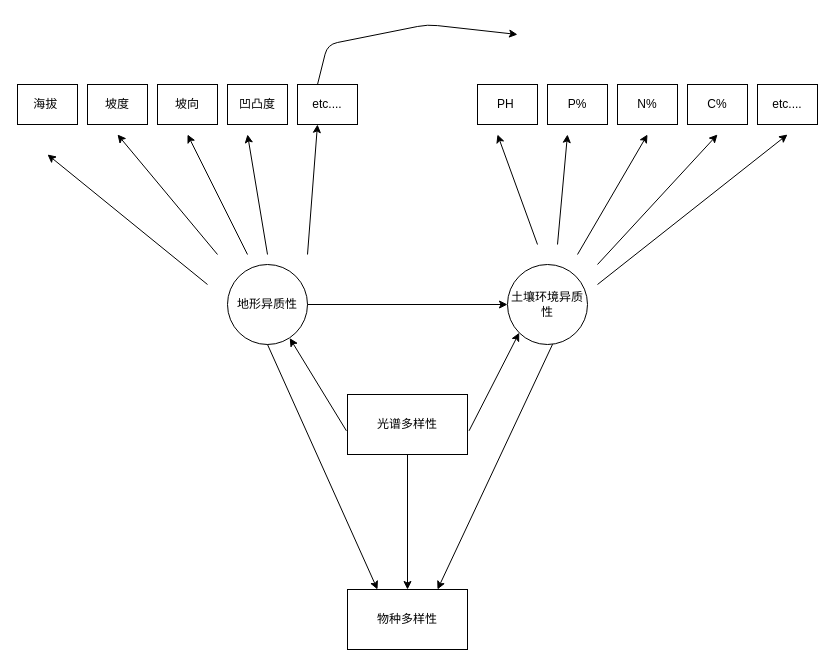
The draw.io diagram SEM_firstly.drawio in sy5938/diagrams_save, before the edit. Source tidied: cells renumbered, new cells numbered last; positions are measured from the earlier drawing's top-left corner, leaving out a move shared by most shapes. Both pictures are drawn from the tidied source at 100%, with x=0, y=0 at pixel (17, 24).
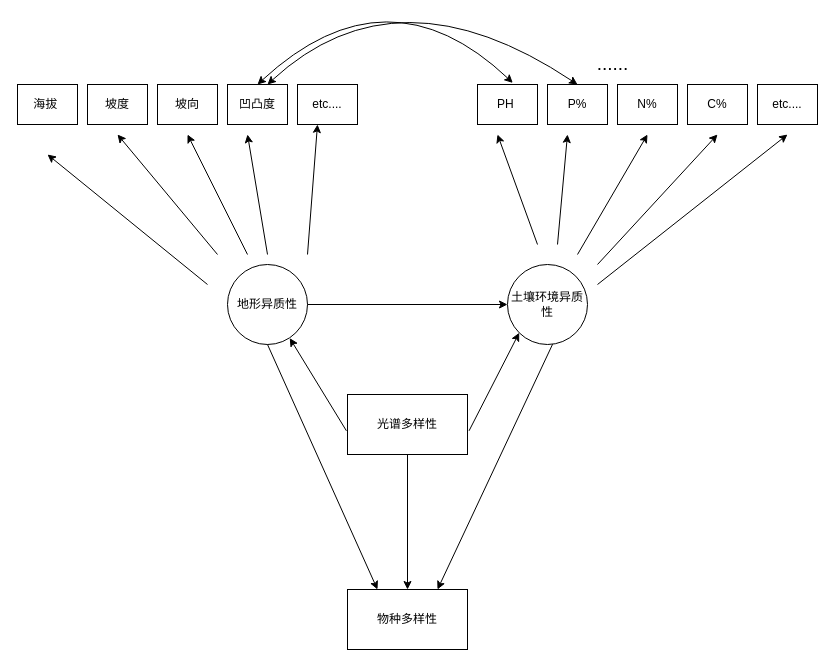
After the change.

Unchanged cells that the change refers to:
```xml
<mxCell id="13" value="凹凸度" style="rounded=0;whiteSpace=wrap;html=1;sketch=0;" parent="1" vertex="1">
  <mxGeometry x="210" y="60" width="60" height="40" as="geometry" />
</mxCell>
<mxCell id="16" value="PH&lt;span style=&quot;white-space: pre&quot;&gt; &lt;/span&gt;" style="rounded=0;whiteSpace=wrap;html=1;sketch=0;" parent="1" vertex="1">
  <mxGeometry x="460" y="60" width="60" height="40" as="geometry" />
</mxCell>
<mxCell id="19" value="P%" style="rounded=0;whiteSpace=wrap;html=1;sketch=0;" parent="1" vertex="1">
  <mxGeometry x="530" y="60" width="60" height="40" as="geometry" />
</mxCell>
```

What changed in the source:
```diff
@@
-    <mxCell id="32" style="endArrow=classic;html=1;rounded=1;sketch=0;curved=0;" parent="1" edge="1">
-      <mxGeometry relative="1" as="geometry">
-        <mxPoint x="300" y="60" as="sourcePoint" />
-        <mxPoint x="500" y="10" as="targetPoint" />
-        <Array as="points">
-          <mxPoint x="310" y="20" />
-          <mxPoint x="410" />
-        </Array>
-      </mxGeometry>
-    </mxCell>
+    <mxCell id="33" style="endArrow=classic;startArrow=classic;html=1;sketch=0;curved=1;entryX=0.588;entryY=-0.04;entryDx=0;entryDy=0;entryPerimeter=0;exitX=0.5;exitY=0;exitDx=0;exitDy=0;" parent="1" edge="1" source="13" target="16">
+      <mxGeometry relative="1" as="geometry">
+        <Array as="points">
+          <mxPoint x="370" y="-60" />
+        </Array>
+      </mxGeometry>
+    </mxCell>
+    <mxCell id="34" style="endArrow=classic;startArrow=classic;html=1;sketch=0;curved=1;entryX=0.5;entryY=0;entryDx=0;entryDy=0;exitX=0.5;exitY=0;exitDx=0;exitDy=0;" parent="1" edge="1" target="19">
+      <mxGeometry relative="1" as="geometry">
+        <mxPoint x="250" y="60" as="sourcePoint" />
+        <Array as="points">
+          <mxPoint x="380" y="-60" />
+        </Array>
+      </mxGeometry>
+    </mxCell>
+    <mxCell id="35" value="&lt;font style=&quot;font-size: 19px&quot;&gt;......&lt;/font&gt;" style="text;html=1;align=center;verticalAlign=middle;strokeColor=none;fillColor=none;" parent="1" vertex="1">
+      <mxGeometry x="570" y="30" width="50" height="20" as="geometry" />
+    </mxCell>
```
